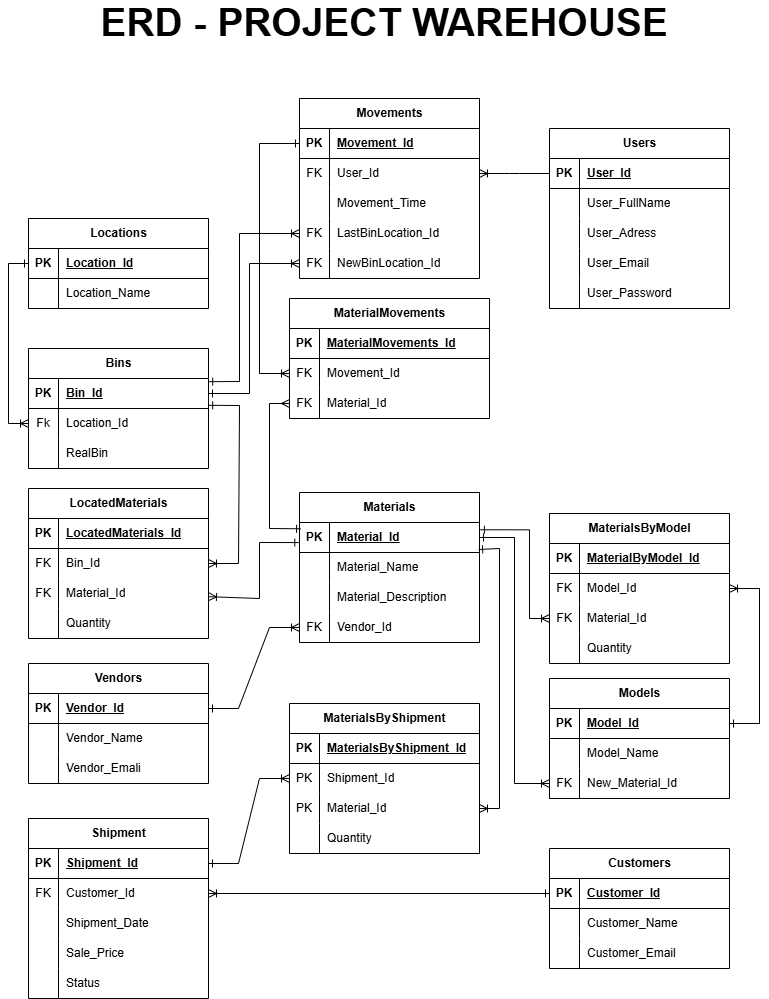
This is Project Warehouse/ERD-PROJECT WAREHOUSE.png from 2442-NET-FS-Test-Automation/JesusQuintero, a draw.io export, as it was before one commit. Source tidied: cells renumbered, new cells last; positions are measured from the earlier drawing's top-left corner, leaving out a move shared by most shapes.
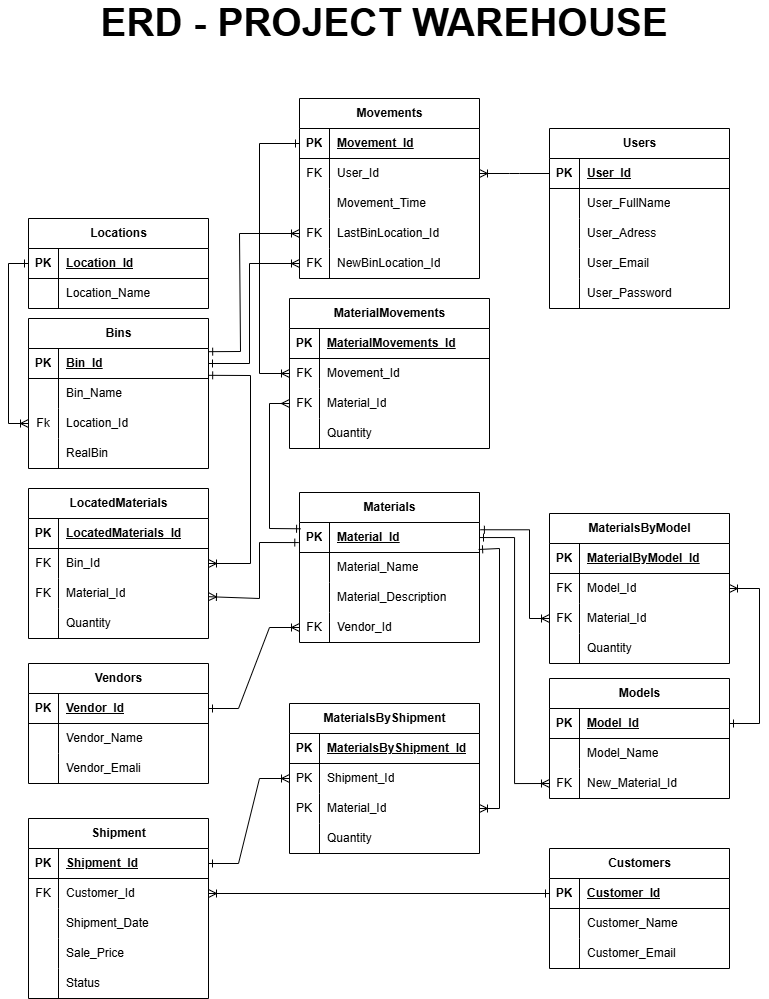
After the commit.

Diff of the diagram source:
```diff
@@ -195,7 +195,7 @@
       <mxGeometry relative="1" as="geometry" />
     </mxCell>
     <mxCell id="66" value="MaterialMovements" style="shape=table;startSize=30;rowLines=0;fontStyle=1;align=center;html=1;" parent="1" vertex="1">
-      <mxGeometry x="281" y="290" width="200" height="120" as="geometry" />
+      <mxGeometry x="281" y="290" width="200" height="150" as="geometry" />
     </mxCell>
     <mxCell id="67" style="shape=tableRow;horizontal=0;startSize=0;swimlaneHead=0;swimlaneBody=0;fillColor=none;top=0;left=0;right=0;bottom=1;" parent="66" vertex="1">
       <mxGeometry y="30" width="200" height="30" as="geometry" />
@@ -224,6 +224,15 @@
     <mxCell id="75" value="Material_Id" style="shape=partialRectangle;fillColor=none;top=0;left=0;bottom=0;right=0;align=left;spacingLeft=6;overflow=hidden;whiteSpace=wrap;html=1;" parent="73" vertex="1">
       <mxGeometry x="30" width="170" height="30" as="geometry" />
     </mxCell>
+    <mxCell id="175" style="shape=tableRow;horizontal=0;startSize=0;swimlaneHead=0;swimlaneBody=0;fillColor=none;top=0;left=0;right=0;bottom=0;" parent="66" vertex="1">
+      <mxGeometry y="120" width="200" height="30" as="geometry" />
+    </mxCell>
+    <mxCell id="176" style="shape=partialRectangle;fillColor=none;top=0;left=0;bottom=0;right=0;overflow=hidden;whiteSpace=wrap;html=1;" parent="175" vertex="1">
+      <mxGeometry width="30" height="30" as="geometry" />
+    </mxCell>
+    <mxCell id="177" value="Quantity" style="shape=partialRectangle;fillColor=none;top=0;left=0;bottom=0;right=0;align=left;spacingLeft=6;overflow=hidden;whiteSpace=wrap;html=1;" parent="175" vertex="1">
+      <mxGeometry x="30" width="170" height="30" as="geometry" />
+    </mxCell>
     <mxCell id="76" style="endArrow=ERoneToMany;html=1;rounded=0;entryX=0;entryY=0.5;entryDx=0;entryDy=0;exitX=0;exitY=0.5;exitDx=0;exitDy=0;startArrow=ERone;startFill=0;endFill=0;" parent="1" edge="1" source="50" target="70">
       <mxGeometry relative="1" as="geometry">
         <Array as="points">
@@ -280,7 +289,7 @@
       <mxGeometry x="30" width="150" height="30" as="geometry" />
     </mxCell>
     <mxCell id="91" value="Bins" style="shape=table;startSize=30;rowLines=0;fontStyle=1;align=center;html=1;" parent="1" vertex="1">
-      <mxGeometry x="20" y="340" width="180" height="120" as="geometry" />
+      <mxGeometry x="20" y="310" width="180" height="150" as="geometry" />
     </mxCell>
     <mxCell id="92" style="shape=tableRow;horizontal=0;startSize=0;swimlaneHead=0;swimlaneBody=0;fillColor=none;points=[[0,0.5],[1,0.5]];portConstraint=eastwest;top=0;left=0;right=0;bottom=1;" parent="91" vertex="1">
       <mxGeometry y="30" width="180" height="30" as="geometry" />
@@ -291,8 +300,17 @@
     <mxCell id="94" value="Bin_Id" style="shape=partialRectangle;fillColor=none;top=0;left=0;bottom=0;right=0;align=left;spacingLeft=6;fontStyle=5;overflow=hidden;whiteSpace=wrap;html=1;" parent="92" vertex="1">
       <mxGeometry x="30" width="150" height="30" as="geometry" />
     </mxCell>
+    <mxCell id="178" style="shape=tableRow;horizontal=0;startSize=0;swimlaneHead=0;swimlaneBody=0;fillColor=none;top=0;left=0;right=0;bottom=0;" parent="91" vertex="1">
+      <mxGeometry y="60" width="180" height="30" as="geometry" />
+    </mxCell>
+    <mxCell id="179" style="shape=partialRectangle;fillColor=none;top=0;left=0;bottom=0;right=0;overflow=hidden;whiteSpace=wrap;html=1;" parent="178" vertex="1">
+      <mxGeometry width="30" height="30" as="geometry" />
+    </mxCell>
+    <mxCell id="180" value="Bin_Name" style="shape=partialRectangle;fillColor=none;top=0;left=0;bottom=0;right=0;align=left;spacingLeft=6;overflow=hidden;whiteSpace=wrap;html=1;" parent="178" vertex="1">
+      <mxGeometry x="30" width="150" height="30" as="geometry" />
+    </mxCell>
     <mxCell id="95" style="shape=tableRow;horizontal=0;startSize=0;swimlaneHead=0;swimlaneBody=0;fillColor=none;points=[[0,0.5],[1,0.5]];portConstraint=eastwest;top=0;left=0;right=0;bottom=0;" parent="91" vertex="1">
-      <mxGeometry y="60" width="180" height="30" as="geometry" />
+      <mxGeometry y="90" width="180" height="30" as="geometry" />
     </mxCell>
     <mxCell id="96" value="Fk" style="shape=partialRectangle;fillColor=none;top=0;left=0;bottom=0;right=0;overflow=hidden;whiteSpace=wrap;html=1;" parent="95" vertex="1">
       <mxGeometry width="30" height="30" as="geometry" />
@@ -301,7 +319,7 @@
       <mxGeometry x="30" width="150" height="30" as="geometry" />
     </mxCell>
     <mxCell id="98" style="shape=tableRow;horizontal=0;startSize=0;swimlaneHead=0;swimlaneBody=0;fillColor=none;top=0;left=0;right=0;bottom=0;" parent="91" vertex="1">
-      <mxGeometry y="90" width="180" height="30" as="geometry" />
+      <mxGeometry y="120" width="180" height="30" as="geometry" />
     </mxCell>
     <mxCell id="99" style="shape=partialRectangle;fillColor=none;top=0;left=0;bottom=0;right=0;overflow=hidden;whiteSpace=wrap;html=1;" parent="98" vertex="1">
       <mxGeometry width="30" height="30" as="geometry" />
@@ -320,8 +338,8 @@
     <mxCell id="102" style="endArrow=ERoneToMany;html=1;rounded=0;startArrow=ERone;startFill=0;endFill=0;exitX=1.001;exitY=0.894;exitDx=0;exitDy=0;entryX=1;entryY=0.5;entryDx=0;entryDy=0;exitPerimeter=0;" parent="1" edge="1" source="92" target="82">
       <mxGeometry relative="1" as="geometry">
         <Array as="points">
-          <mxPoint x="231" y="397" />
-          <mxPoint x="230" y="555" />
+          <mxPoint x="242" y="367" />
+          <mxPoint x="242" y="555" />
         </Array>
       </mxGeometry>
     </mxCell>
@@ -551,7 +569,7 @@
       <mxGeometry relative="1" as="geometry">
         <Array as="points">
           <mxPoint x="241" y="255" />
-          <mxPoint x="241" y="385" />
+          <mxPoint x="241" y="355" />
         </Array>
       </mxGeometry>
     </mxCell>
@@ -559,7 +577,7 @@
       <mxGeometry relative="1" as="geometry">
         <Array as="points">
           <mxPoint x="231" y="225" />
-          <mxPoint x="231" y="373" />
+          <mxPoint x="232" y="343" />
         </Array>
       </mxGeometry>
     </mxCell>
```
